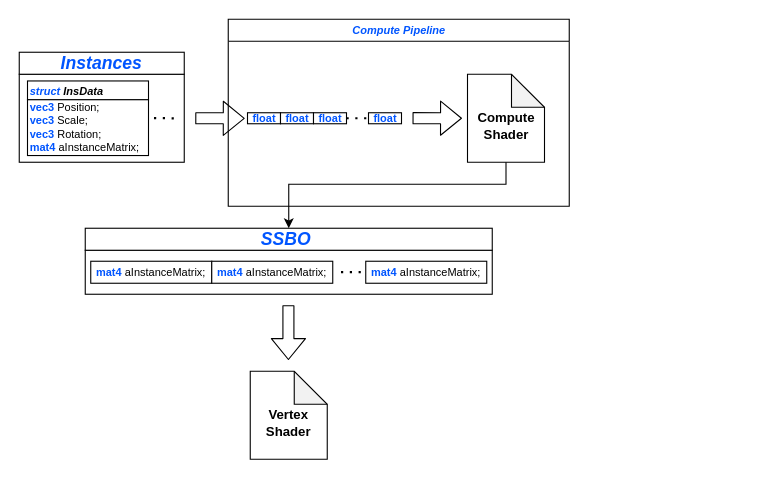
Duckbobs/OpenGL_Lab keeps this draw.io diagram as Untitled Diagram.drawio. Above is the earlier version. Source tidied: cells renumbered, new cells numbered last; positions are measured from the earlier drawing's top-left corner, leaving out a move shared by most shapes. Both pictures are drawn from the tidied source at 110%, with x=0, y=0 at pixel (19, 19).
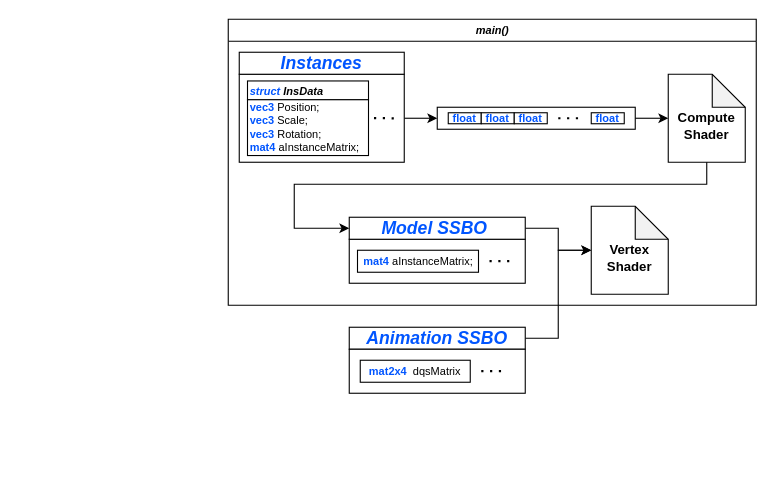
Above is the later version.

Diff of the diagram source:
```diff
@@
-    <mxCell id="2" value="&lt;i&gt;Compute Pipeline&lt;/i&gt;" style="swimlane;html=1;startSize=20;horizontal=1;containerType=tree;fontSize=10;fontColor=#0055FF;align=center;" parent="1" vertex="1">
-      <mxGeometry x="190" width="310" height="170" as="geometry" />
+    <mxCell id="2" value="&lt;i&gt;&lt;font color=&quot;#000000&quot;&gt;main()&lt;/font&gt;&lt;/i&gt;" style="swimlane;html=1;startSize=20;horizontal=1;containerType=tree;fontSize=10;fontColor=#0055FF;align=center;" parent="1" vertex="1">
+      <mxGeometry x="190" width="480" height="260" as="geometry" />
     </mxCell>
-    <mxCell id="3" style="whiteSpace=wrap;html=1;newEdgeStyle={&quot;edgeStyle&quot;:&quot;elbowEdgeStyle&quot;,&quot;startArrow&quot;:&quot;none&quot;,&quot;endArrow&quot;:&quot;none&quot;};" parent="2" vertex="1">
-      <mxGeometry x="-190" y="50" width="150" height="80" as="geometry" />
-    </mxCell>
-    <mxCell id="4" style="endArrow=none;dashed=1;html=1;dashPattern=1 3;strokeWidth=2;" parent="2" edge="1">
-      <mxGeometry relative="1" as="geometry">
-        <mxPoint x="-67.5" y="89.8" as="sourcePoint" />
-        <mxPoint x="-47.5" y="90.1" as="targetPoint" />
-      </mxGeometry>
-    </mxCell>
-    <mxCell id="5" value="&lt;font style=&quot;font-size: 10px&quot;&gt;&lt;b&gt;vec3 &lt;/b&gt;&lt;font color=&quot;#000000&quot;&gt;Position;&lt;/font&gt;&lt;br style=&quot;color: rgb(0 , 0 , 0)&quot;&gt;&lt;/font&gt;&lt;div&gt;&lt;font style=&quot;font-size: 10px&quot;&gt;&lt;b&gt;vec3&lt;/b&gt; &lt;font color=&quot;#000000&quot;&gt;Scale;&lt;/font&gt;&lt;/font&gt;&lt;/div&gt;&lt;div&gt;&lt;font style=&quot;font-size: 10px&quot;&gt;&lt;b&gt;vec3&lt;/b&gt; &lt;font color=&quot;#000000&quot;&gt;Rotation;&lt;/font&gt;&lt;/font&gt;&lt;/div&gt;&lt;div&gt;&lt;font style=&quot;font-size: 10px&quot;&gt;&lt;b&gt;mat4&lt;/b&gt; &lt;font color=&quot;#000000&quot;&gt;aInstanceMatrix;&lt;/font&gt;&lt;/font&gt;&lt;/div&gt;" style="rounded=0;whiteSpace=wrap;html=1;fontSize=10;fontColor=#0055FF;align=left;" parent="2" vertex="1">
-      <mxGeometry x="-182.5" y="73" width="110" height="50.9" as="geometry" />
-    </mxCell>
-    <mxCell id="6" style="group;" parent="2" vertex="1">
-      <mxGeometry x="-182.5" y="56.1" width="110" height="67.8" as="geometry" />
-    </mxCell>
-    <mxCell id="7" value="&lt;span style=&quot;font-family: &amp;#34;helvetica&amp;#34; ; text-align: center&quot;&gt;&lt;font style=&quot;font-size: 10px&quot;&gt;&lt;b&gt;&lt;i&gt;struct &lt;font color=&quot;#000000&quot;&gt;InsData&lt;/font&gt;&lt;/i&gt;&lt;/b&gt;&lt;/font&gt;&lt;/span&gt;&lt;span style=&quot;color: rgb(0 , 0 , 0) ; font-family: &amp;#34;helvetica&amp;#34; ; font-size: 12px&quot;&gt;&lt;br&gt;&lt;/span&gt;" style="rounded=0;whiteSpace=wrap;html=1;fontSize=10;fontColor=#0055FF;align=left;" parent="6" vertex="1">
-      <mxGeometry width="110" height="17" as="geometry" />
-    </mxCell>
-    <mxCell id="8" value="&lt;b&gt;&lt;i&gt;Instances&lt;/i&gt;&lt;/b&gt;" style="rounded=0;whiteSpace=wrap;html=1;fontSize=16;fontColor=#0055FF;align=center;" parent="2" vertex="1">
-      <mxGeometry x="-190" y="30" width="150" height="20" as="geometry" />
-    </mxCell>
-    <mxCell id="9" style="shape=flexArrow;endArrow=classic;html=1;fontSize=10;fontColor=#0055FF;" parent="2" edge="1">
-      <mxGeometry relative="1" as="geometry">
-        <mxPoint x="-30" y="90" as="sourcePoint" />
-        <mxPoint x="15" y="90.1" as="targetPoint" />
-      </mxGeometry>
-    </mxCell>
-    <mxCell id="10" style="rounded=0;whiteSpace=wrap;html=1;fontSize=16;fontColor=#0055FF;align=center;" parent="1" vertex="1">
-      <mxGeometry x="60" y="210" width="370" height="40" as="geometry" />
+    <mxCell id="10" style="rounded=0;whiteSpace=wrap;html=1;fontSize=16;fontColor=#0055FF;align=center;" parent="2" vertex="1">
+      <mxGeometry x="110" y="200" width="160" height="40" as="geometry" />
     </mxCell>
+    <mxCell id="18" value="&lt;font style=&quot;font-size: 10px&quot;&gt;&lt;b style=&quot;text-align: left&quot;&gt;mat4&lt;/b&gt;&lt;span style=&quot;text-align: left&quot;&gt;&amp;nbsp;&lt;/span&gt;&lt;font color=&quot;#000000&quot; style=&quot;text-align: left ; font-size: 10px&quot;&gt;aInstanceMatrix;&lt;/font&gt;&lt;/font&gt;" style="rounded=0;whiteSpace=wrap;html=1;fontSize=10;fontColor=#0055FF;align=center;" parent="2" vertex="1">
+      <mxGeometry x="117.5" y="210" width="110" height="20" as="geometry" />
+    </mxCell>
+    <mxCell id="20" style="endArrow=none;dashed=1;html=1;dashPattern=1 3;strokeWidth=2;" parent="2" edge="1">
+      <mxGeometry relative="1" as="geometry">
+        <mxPoint x="237.5" y="219.9" as="sourcePoint" />
+        <mxPoint x="257.5" y="219.9" as="targetPoint" />
+      </mxGeometry>
+    </mxCell>
+    <mxCell id="26" style="edgeStyle=orthogonalEdgeStyle;rounded=0;jettySize=auto;html=1;exitX=1;exitY=0.5;exitDx=0;exitDy=0;entryX=0;entryY=0.5;entryDx=0;entryDy=0;entryPerimeter=0;fontSize=16;fontColor=#0055FF;" parent="2" edge="1" source="22" target="24">
+      <mxGeometry relative="1" as="geometry" />
+    </mxCell>
+    <mxCell id="22" value="&lt;b&gt;&lt;i&gt;Model SSBO&amp;nbsp;&lt;/i&gt;&lt;/b&gt;" style="rounded=0;whiteSpace=wrap;html=1;fontSize=16;fontColor=#0055FF;align=center;" parent="2" vertex="1">
+      <mxGeometry x="110" y="180" width="160" height="20" as="geometry" />
+    </mxCell>
+    <mxCell id="24" value="&lt;span style=&quot;color: rgb(0 , 0 , 0) ; font-size: 12px&quot;&gt;&lt;b&gt;&lt;br&gt;Vertex&lt;br&gt;Shader&lt;/b&gt;&lt;/span&gt;" style="shape=note;whiteSpace=wrap;html=1;backgroundOutline=1;darkOpacity=0.05;fontSize=10;fontColor=#0055FF;align=center;" parent="2" vertex="1">
+      <mxGeometry x="330" y="170" width="70" height="80" as="geometry" />
+    </mxCell>
+    <mxCell id="27" style="rounded=0;whiteSpace=wrap;html=1;fontSize=16;fontColor=#0055FF;align=center;" parent="2" vertex="1">
+      <mxGeometry x="190" y="80" width="180" height="20" as="geometry" />
+    </mxCell>
-    <mxCell id="11" value="&lt;b&gt;float&lt;/b&gt;" style="rounded=0;whiteSpace=wrap;html=1;fontSize=10;fontColor=#0055FF;align=center;" parent="1" vertex="1">
-      <mxGeometry x="207.5" y="85" width="30" height="10" as="geometry" />
+    <mxCell id="11" value="&lt;b&gt;float&lt;/b&gt;" style="rounded=0;whiteSpace=wrap;html=1;fontSize=10;fontColor=#0055FF;align=center;" parent="2" vertex="1">
+      <mxGeometry x="200" y="85" width="30" height="10" as="geometry" />
     </mxCell>
-    <mxCell id="12" value="&lt;b&gt;float&lt;/b&gt;" style="rounded=0;whiteSpace=wrap;html=1;fontSize=10;fontColor=#0055FF;align=center;" parent="1" vertex="1">
-      <mxGeometry x="237.5" y="85" width="30" height="10" as="geometry" />
+    <mxCell id="12" value="&lt;b&gt;float&lt;/b&gt;" style="rounded=0;whiteSpace=wrap;html=1;fontSize=10;fontColor=#0055FF;align=center;" parent="2" vertex="1">
+      <mxGeometry x="230" y="85" width="30" height="10" as="geometry" />
     </mxCell>
-    <mxCell id="13" value="&lt;b&gt;float&lt;/b&gt;" style="rounded=0;whiteSpace=wrap;html=1;fontSize=10;fontColor=#0055FF;align=center;" parent="1" vertex="1">
-      <mxGeometry x="267.5" y="85" width="30" height="10" as="geometry" />
+    <mxCell id="13" value="&lt;b&gt;float&lt;/b&gt;" style="rounded=0;whiteSpace=wrap;html=1;fontSize=10;fontColor=#0055FF;align=center;" parent="2" vertex="1">
+      <mxGeometry x="260" y="85" width="30" height="10" as="geometry" />
     </mxCell>
-    <mxCell id="14" style="endArrow=none;dashed=1;html=1;dashPattern=1 3;strokeWidth=2;" parent="1" edge="1">
-      <mxGeometry relative="1" as="geometry">
-        <mxPoint x="297.5" y="90" as="sourcePoint" />
-        <mxPoint x="317.5" y="90" as="targetPoint" />
-      </mxGeometry>
-    </mxCell>
-    <mxCell id="15" value="&lt;b&gt;float&lt;/b&gt;" style="rounded=0;whiteSpace=wrap;html=1;fontSize=10;fontColor=#0055FF;align=center;" parent="1" vertex="1">
-      <mxGeometry x="317.5" y="85" width="30" height="10" as="geometry" />
+    <mxCell id="15" value="&lt;b&gt;float&lt;/b&gt;" style="rounded=0;whiteSpace=wrap;html=1;fontSize=10;fontColor=#0055FF;align=center;" parent="2" vertex="1">
+      <mxGeometry x="330" y="85" width="30" height="10" as="geometry" />
     </mxCell>
-    <mxCell id="16" value="&lt;span style=&quot;color: rgb(0 , 0 , 0) ; font-size: 12px&quot;&gt;&lt;b&gt;&lt;br&gt;Compute Shader&lt;/b&gt;&lt;/span&gt;" style="shape=note;whiteSpace=wrap;html=1;backgroundOutline=1;darkOpacity=0.05;fontSize=10;fontColor=#0055FF;align=center;" parent="1" vertex="1">
-      <mxGeometry x="407.5" y="50" width="70" height="80" as="geometry" />
+    <mxCell id="16" value="&lt;span style=&quot;color: rgb(0 , 0 , 0) ; font-size: 12px&quot;&gt;&lt;b&gt;&lt;br&gt;Compute Shader&lt;/b&gt;&lt;/span&gt;" style="shape=note;whiteSpace=wrap;html=1;backgroundOutline=1;darkOpacity=0.05;fontSize=10;fontColor=#0055FF;align=center;" parent="2" vertex="1">
+      <mxGeometry x="400" y="50" width="70" height="80" as="geometry" />
     </mxCell>
-    <mxCell id="17" style="shape=flexArrow;endArrow=classic;html=1;fontSize=10;fontColor=#0055FF;" parent="1" edge="1">
-      <mxGeometry relative="1" as="geometry">
-        <mxPoint x="357.5" y="89.9" as="sourcePoint" />
-        <mxPoint x="402.5" y="90" as="targetPoint" />
-      </mxGeometry>
-    </mxCell>
-    <mxCell id="18" value="&lt;font style=&quot;font-size: 10px&quot;&gt;&lt;b style=&quot;text-align: left&quot;&gt;mat4&lt;/b&gt;&lt;span style=&quot;text-align: left&quot;&gt;&amp;nbsp;&lt;/span&gt;&lt;font color=&quot;#000000&quot; style=&quot;text-align: left ; font-size: 10px&quot;&gt;aInstanceMatrix;&lt;/font&gt;&lt;/font&gt;" style="rounded=0;whiteSpace=wrap;html=1;fontSize=10;fontColor=#0055FF;align=center;" parent="1" vertex="1">
-      <mxGeometry x="65" y="220" width="110" height="20" as="geometry" />
-    </mxCell>
-    <mxCell id="19" value="&lt;b style=&quot;text-align: left&quot;&gt;mat4&lt;/b&gt;&lt;span style=&quot;text-align: left&quot;&gt;&amp;nbsp;&lt;/span&gt;&lt;font color=&quot;#000000&quot; style=&quot;text-align: left&quot;&gt;aInstanceMatrix;&lt;/font&gt;" style="rounded=0;whiteSpace=wrap;html=1;fontSize=10;fontColor=#0055FF;align=center;" parent="1" vertex="1">
-      <mxGeometry x="175" y="220" width="110" height="20" as="geometry" />
-    </mxCell>
-    <mxCell id="20" style="endArrow=none;dashed=1;html=1;dashPattern=1 3;strokeWidth=2;" parent="1" edge="1">
-      <mxGeometry relative="1" as="geometry">
-        <mxPoint x="292.5" y="229.8" as="sourcePoint" />
-        <mxPoint x="312.5" y="229.8" as="targetPoint" />
-      </mxGeometry>
-    </mxCell>
-    <mxCell id="21" value="&lt;b style=&quot;text-align: left&quot;&gt;mat4&lt;/b&gt;&lt;span style=&quot;text-align: left&quot;&gt;&amp;nbsp;&lt;/span&gt;&lt;font color=&quot;#000000&quot; style=&quot;text-align: left&quot;&gt;aInstanceMatrix;&lt;/font&gt;" style="rounded=0;whiteSpace=wrap;html=1;fontSize=10;fontColor=#0055FF;align=center;" parent="1" vertex="1">
-      <mxGeometry x="315" y="220" width="110" height="20" as="geometry" />
-    </mxCell>
-    <mxCell id="22" value="&lt;b&gt;&lt;i&gt;SSBO&amp;nbsp;&lt;/i&gt;&lt;/b&gt;" style="rounded=0;whiteSpace=wrap;html=1;fontSize=16;fontColor=#0055FF;align=center;" parent="1" vertex="1">
-      <mxGeometry x="60" y="190" width="370" height="20" as="geometry" />
-    </mxCell>
-    <mxCell id="23" style="edgeStyle=orthogonalEdgeStyle;rounded=0;jettySize=auto;html=1;fontSize=10;fontColor=#0055FF;entryX=0.5;entryY=0;entryDx=0;entryDy=0;" parent="1" edge="1" source="16" target="22">
+    <mxCell id="23" style="edgeStyle=orthogonalEdgeStyle;rounded=0;jettySize=auto;html=1;fontSize=10;fontColor=#0055FF;entryX=0;entryY=0.5;entryDx=0;entryDy=0;" parent="2" edge="1" source="16" target="22">
       <mxGeometry relative="1" as="geometry">
         <Array as="points">
-          <mxPoint x="442" y="150" />
-          <mxPoint x="245" y="150" />
+          <mxPoint x="435" y="150" />
+          <mxPoint x="60" y="150" />
+          <mxPoint x="60" y="190" />
         </Array>
       </mxGeometry>
     </mxCell>
-    <mxCell id="24" value="&lt;span style=&quot;color: rgb(0 , 0 , 0) ; font-size: 12px&quot;&gt;&lt;b&gt;&lt;br&gt;Vertex&lt;br&gt;Shader&lt;/b&gt;&lt;/span&gt;" style="shape=note;whiteSpace=wrap;html=1;backgroundOutline=1;darkOpacity=0.05;fontSize=10;fontColor=#0055FF;align=center;" parent="1" vertex="1">
-      <mxGeometry x="210" y="320" width="70" height="80" as="geometry" />
-    </mxCell>
-    <mxCell id="25" style="shape=flexArrow;endArrow=classic;html=1;fontSize=10;fontColor=#0055FF;" parent="1" edge="1">
-      <mxGeometry relative="1" as="geometry">
-        <mxPoint x="244.7" y="260" as="sourcePoint" />
-        <mxPoint x="244.7" y="309.8" as="targetPoint" />
-      </mxGeometry>
-    </mxCell>
+    <mxCell id="14" style="endArrow=none;dashed=1;html=1;dashPattern=1 3;strokeWidth=2;" parent="1" edge="1">
+      <mxGeometry relative="1" as="geometry">
+        <mxPoint x="490" y="90" as="sourcePoint" />
+        <mxPoint x="510" y="90" as="targetPoint" />
+      </mxGeometry>
+    </mxCell>
+    <mxCell id="28" style="edgeStyle=orthogonalEdgeStyle;rounded=0;jettySize=auto;html=1;exitX=1;exitY=0.5;exitDx=0;exitDy=0;entryX=0;entryY=0.5;entryDx=0;entryDy=0;fontSize=16;fontColor=#0055FF;" parent="1" edge="1" source="29" target="27">
+      <mxGeometry relative="1" as="geometry" />
+    </mxCell>
+    <mxCell id="29" style="whiteSpace=wrap;html=1;newEdgeStyle={&quot;edgeStyle&quot;:&quot;elbowEdgeStyle&quot;,&quot;startArrow&quot;:&quot;none&quot;,&quot;endArrow&quot;:&quot;none&quot;};" parent="1" vertex="1">
+      <mxGeometry x="200" y="50" width="150" height="80" as="geometry" />
+    </mxCell>
+    <mxCell id="30" style="endArrow=none;dashed=1;html=1;dashPattern=1 3;strokeWidth=2;" parent="1" edge="1">
+      <mxGeometry relative="1" as="geometry">
+        <mxPoint x="322.5" y="89.8" as="sourcePoint" />
+        <mxPoint x="342.5" y="90.1" as="targetPoint" />
+      </mxGeometry>
+    </mxCell>
+    <mxCell id="5" value="&lt;font style=&quot;font-size: 10px&quot;&gt;&lt;b&gt;vec3 &lt;/b&gt;&lt;font color=&quot;#000000&quot;&gt;Position;&lt;/font&gt;&lt;br style=&quot;color: rgb(0 , 0 , 0)&quot;&gt;&lt;/font&gt;&lt;div&gt;&lt;font style=&quot;font-size: 10px&quot;&gt;&lt;b&gt;vec3&lt;/b&gt; &lt;font color=&quot;#000000&quot;&gt;Scale;&lt;/font&gt;&lt;/font&gt;&lt;/div&gt;&lt;div&gt;&lt;font style=&quot;font-size: 10px&quot;&gt;&lt;b&gt;vec3&lt;/b&gt; &lt;font color=&quot;#000000&quot;&gt;Rotation;&lt;/font&gt;&lt;/font&gt;&lt;/div&gt;&lt;div&gt;&lt;font style=&quot;font-size: 10px&quot;&gt;&lt;b&gt;mat4&lt;/b&gt; &lt;font color=&quot;#000000&quot;&gt;aInstanceMatrix;&lt;/font&gt;&lt;/font&gt;&lt;/div&gt;" style="rounded=0;whiteSpace=wrap;html=1;fontSize=10;fontColor=#0055FF;align=left;" parent="1" vertex="1">
+      <mxGeometry x="207.5" y="73" width="110" height="50.9" as="geometry" />
+    </mxCell>
+    <mxCell id="31" style="group;" parent="1" vertex="1">
+      <mxGeometry x="207.5" y="56.1" width="110" height="67.8" as="geometry" />
+    </mxCell>
+    <mxCell id="7" value="&lt;span style=&quot;font-family: &amp;#34;helvetica&amp;#34; ; text-align: center&quot;&gt;&lt;font style=&quot;font-size: 10px&quot;&gt;&lt;b&gt;&lt;i&gt;struct &lt;font color=&quot;#000000&quot;&gt;InsData&lt;/font&gt;&lt;/i&gt;&lt;/b&gt;&lt;/font&gt;&lt;/span&gt;&lt;span style=&quot;color: rgb(0 , 0 , 0) ; font-family: &amp;#34;helvetica&amp;#34; ; font-size: 12px&quot;&gt;&lt;br&gt;&lt;/span&gt;" style="rounded=0;whiteSpace=wrap;html=1;fontSize=10;fontColor=#0055FF;align=left;" parent="31" vertex="1">
+      <mxGeometry width="110" height="17" as="geometry" />
+    </mxCell>
+    <mxCell id="8" value="&lt;b&gt;&lt;i&gt;Instances&lt;/i&gt;&lt;/b&gt;" style="rounded=0;whiteSpace=wrap;html=1;fontSize=16;fontColor=#0055FF;align=center;" parent="1" vertex="1">
+      <mxGeometry x="200" y="30" width="150" height="20" as="geometry" />
+    </mxCell>
+    <mxCell id="32" style="edgeStyle=orthogonalEdgeStyle;rounded=0;jettySize=auto;html=1;entryX=0;entryY=0.5;entryDx=0;entryDy=0;entryPerimeter=0;fontSize=16;fontColor=#0055FF;" parent="1" edge="1" source="33" target="24">
+      <mxGeometry relative="1" as="geometry" />
+    </mxCell>
+    <mxCell id="33" value="&lt;b&gt;&lt;i&gt;Animation SSBO&lt;/i&gt;&lt;/b&gt;" style="rounded=0;whiteSpace=wrap;html=1;fontSize=16;fontColor=#0055FF;align=center;" parent="1" vertex="1">
+      <mxGeometry x="300" y="280" width="160" height="20" as="geometry" />
+    </mxCell>
+    <mxCell id="34" style="rounded=0;whiteSpace=wrap;html=1;fontSize=16;fontColor=#0055FF;align=center;" parent="1" vertex="1">
+      <mxGeometry x="300" y="300" width="160" height="40" as="geometry" />
+    </mxCell>
+    <mxCell id="35" value="&lt;b style=&quot;font-size: 10px ; text-align: left&quot;&gt;mat2x4&lt;/b&gt;&lt;span style=&quot;font-size: 10px ; text-align: left&quot;&gt;&amp;nbsp;&amp;nbsp;&lt;/span&gt;&lt;span style=&quot;font-size: 10px&quot;&gt;&lt;font color=&quot;#000000&quot;&gt;dqsMatrix&lt;/font&gt;&lt;/span&gt;" style="rounded=0;whiteSpace=wrap;html=1;fontSize=16;fontColor=#0055FF;align=center;verticalAlign=bottom;" parent="1" vertex="1">
+      <mxGeometry x="310" y="310" width="100" height="20" as="geometry" />
+    </mxCell>
+    <mxCell id="36" style="endArrow=none;dashed=1;html=1;dashPattern=1 3;strokeWidth=2;" parent="1" edge="1">
+      <mxGeometry relative="1" as="geometry">
+        <mxPoint x="420" y="319.8" as="sourcePoint" />
+        <mxPoint x="440" y="319.8" as="targetPoint" />
+      </mxGeometry>
+    </mxCell>
+    <mxCell id="37" style="edgeStyle=orthogonalEdgeStyle;rounded=0;jettySize=auto;html=1;exitX=1;exitY=0.5;exitDx=0;exitDy=0;fontSize=16;fontColor=#0055FF;" parent="1" edge="1" source="27">
+      <mxGeometry relative="1" as="geometry">
+        <mxPoint x="590" y="90" as="targetPoint" />
+      </mxGeometry>
+    </mxCell>
```
